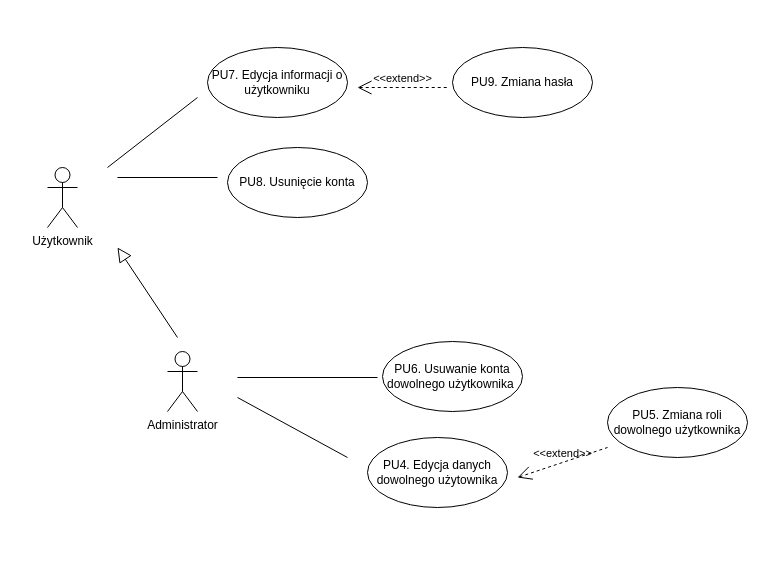
The draw.io diagram use_cases/second_section.drawio in krzysztofkluczynski/WUT-thesis-classlog-app, before the edit. Source tidied: cells renumbered, new cells numbered last; positions are measured from the earlier drawing's top-left corner, leaving out a move shared by most shapes. Both pictures are drawn from the tidied source at 100%, with x=0, y=0 at pixel (47, 47).
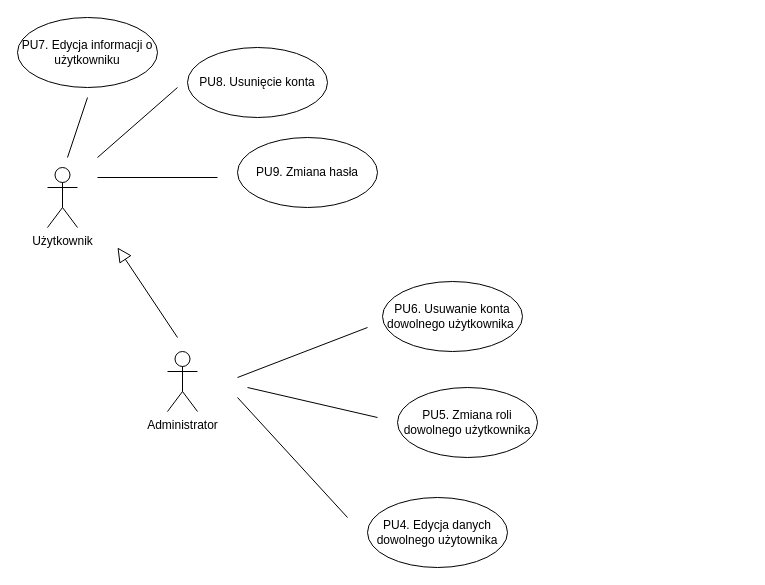
The same diagram, later.

Change to the diagram source:
```diff
@@
     <mxCell id="5" style="edgeStyle=none;html=1;endArrow=none;verticalAlign=bottom;rounded=0;" parent="1" edge="1">
       <mxGeometry relative="1" as="geometry">
-        <mxPoint x="60" y="120" as="sourcePoint" />
-        <mxPoint x="150" y="50" as="targetPoint" />
+        <mxPoint x="20" y="110" as="sourcePoint" />
+        <mxPoint x="40" y="50" as="targetPoint" />
       </mxGeometry>
     </mxCell>
     <mxCell id="6" style="edgeStyle=none;html=1;endArrow=none;verticalAlign=bottom;rounded=0;" parent="1" edge="1">
       <mxGeometry relative="1" as="geometry">
-        <mxPoint x="70" y="130" as="sourcePoint" />
+        <mxPoint x="50" y="130" as="sourcePoint" />
         <mxPoint x="170" y="130" as="targetPoint" />
       </mxGeometry>
     </mxCell>
     <mxCell id="7" style="edgeStyle=none;html=1;endArrow=none;verticalAlign=bottom;rounded=0;" parent="1" edge="1">
       <mxGeometry relative="1" as="geometry">
         <mxPoint x="190" y="350" as="sourcePoint" />
-        <mxPoint x="300" y="410" as="targetPoint" />
+        <mxPoint x="300" y="470" as="targetPoint" />
       </mxGeometry>
     </mxCell>
     <mxCell id="8" value="PU4. Edycja danych dowolnego użytownika" style="ellipse;whiteSpace=wrap;html=1;" parent="1" vertex="1">
-      <mxGeometry x="320" y="390" width="140" height="70" as="geometry" />
+      <mxGeometry x="320" y="450" width="140" height="70" as="geometry" />
     </mxCell>
     <mxCell id="9" value="PU8. Usunięcie konta" style="ellipse;whiteSpace=wrap;html=1;" parent="1" vertex="1">
-      <mxGeometry x="180" y="100" width="140" height="70" as="geometry" />
+      <mxGeometry x="140" width="140" height="70" as="geometry" />
     </mxCell>
     <mxCell id="10" value="PU7. Edycja informacji o użytkowniku" style="ellipse;whiteSpace=wrap;html=1;" parent="1" vertex="1">
-      <mxGeometry x="160" width="140" height="70" as="geometry" />
+      <mxGeometry x="-30" y="-30" width="140" height="70" as="geometry" />
     </mxCell>
     <mxCell id="11" value="PU5. Zmiana roli dowolnego użytkownika" style="ellipse;whiteSpace=wrap;html=1;" parent="1" vertex="1">
-      <mxGeometry x="560" y="340" width="140" height="70" as="geometry" />
+      <mxGeometry x="350" y="340" width="140" height="70" as="geometry" />
     </mxCell>
-    <mxCell id="12" value="&amp;lt;&amp;lt;extend&amp;gt;&amp;gt;" style="edgeStyle=none;html=1;startArrow=open;endArrow=none;startSize=12;verticalAlign=bottom;dashed=1;labelBackgroundColor=none;rounded=0;" parent="1" edge="1">
-      <mxGeometry relative="1" as="geometry">
-        <mxPoint x="470" y="430" as="sourcePoint" />
-        <mxPoint x="560" y="400" as="targetPoint" />
-      </mxGeometry>
-    </mxCell>
     <mxCell id="13" style="edgeStyle=none;html=1;endArrow=none;verticalAlign=bottom;rounded=0;" parent="1" edge="1">
       <mxGeometry relative="1" as="geometry">
         <mxPoint x="190" y="330" as="sourcePoint" />
-        <mxPoint x="330" y="330" as="targetPoint" />
+        <mxPoint x="320" y="280" as="targetPoint" />
       </mxGeometry>
     </mxCell>
     <mxCell id="14" value="PU6. Usuwanie konta dowolnego użytkownika&amp;nbsp;" style="ellipse;whiteSpace=wrap;html=1;" parent="1" vertex="1">
-      <mxGeometry x="335" y="294" width="140" height="70" as="geometry" />
+      <mxGeometry x="335" y="234" width="140" height="70" as="geometry" />
     </mxCell>
     <mxCell id="15" value="PU9. Zmiana hasła" style="ellipse;whiteSpace=wrap;html=1;" parent="1" vertex="1">
-      <mxGeometry x="405" width="140" height="70" as="geometry" />
+      <mxGeometry x="190" y="90" width="140" height="70" as="geometry" />
     </mxCell>
-    <mxCell id="16" value="&amp;lt;&amp;lt;extend&amp;gt;&amp;gt;" style="edgeStyle=none;html=1;startArrow=open;endArrow=none;startSize=12;verticalAlign=bottom;dashed=1;labelBackgroundColor=none;rounded=0;" parent="1" edge="1">
-      <mxGeometry relative="1" as="geometry">
-        <mxPoint x="310" y="40" as="sourcePoint" />
-        <mxPoint x="400" y="40" as="targetPoint" />
-      </mxGeometry>
-    </mxCell>
+    <mxCell id="17" style="edgeStyle=none;html=1;endArrow=none;verticalAlign=bottom;rounded=0;" parent="1" edge="1">
+      <mxGeometry relative="1" as="geometry">
+        <mxPoint x="200" y="340" as="sourcePoint" />
+        <mxPoint x="330" y="370" as="targetPoint" />
+      </mxGeometry>
+    </mxCell>
+    <mxCell id="18" style="edgeStyle=none;html=1;endArrow=none;verticalAlign=bottom;rounded=0;" parent="1" edge="1">
+      <mxGeometry relative="1" as="geometry">
+        <mxPoint x="50" y="110" as="sourcePoint" />
+        <mxPoint x="130" y="40" as="targetPoint" />
+      </mxGeometry>
+    </mxCell>
```
